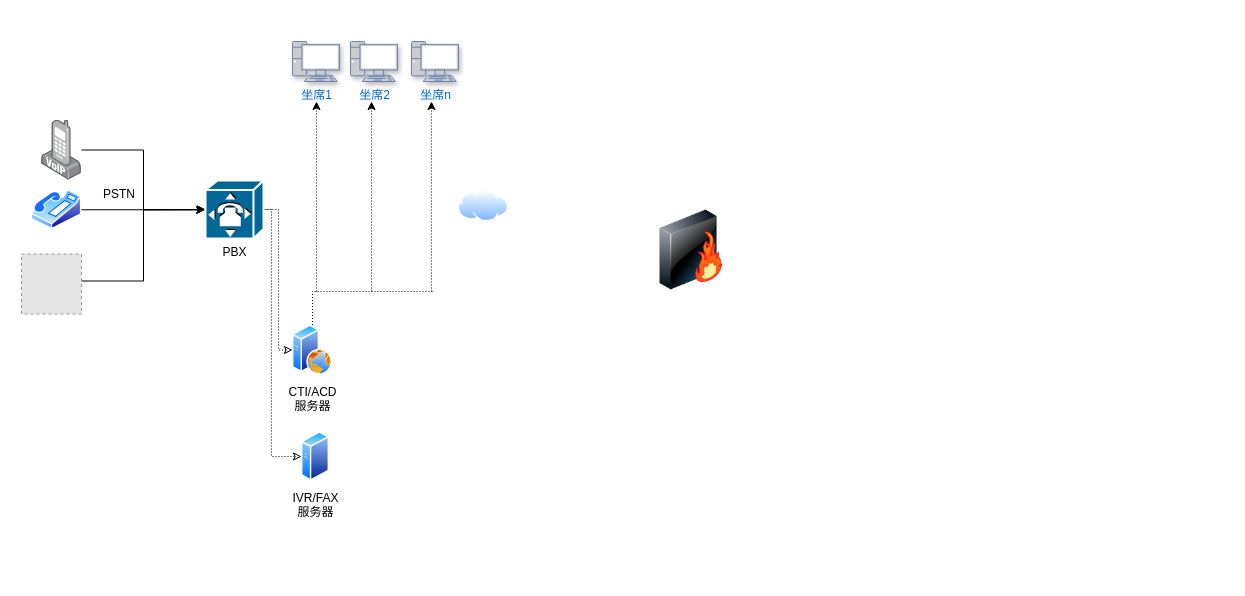
gumuqi/draw.io keeps this draw.io diagram as 语音质检流程.drawio. Above is the earlier version. Source tidied: cells renumbered, new cells numbered last; positions are measured from the earlier drawing's top-left corner, leaving out a move shared by most shapes. Both pictures are drawn from the tidied source at 100%, with x=0, y=0 at pixel (21, 41). Pictures stored in the file or linked from it are replaced by grey dashed boxes.
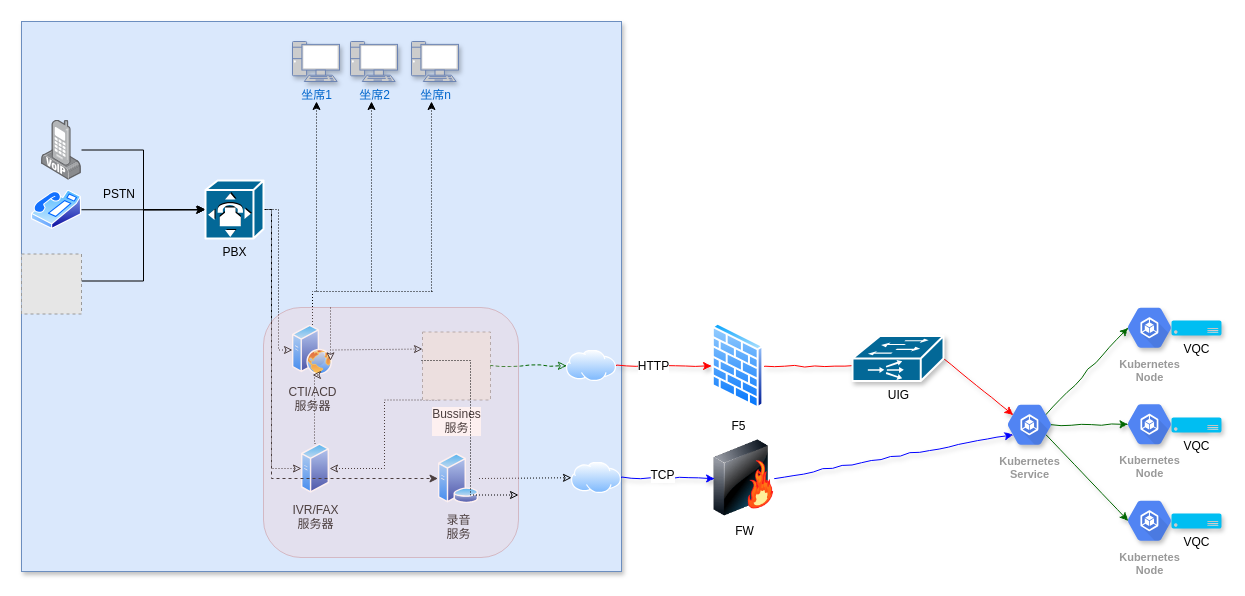
After the change.

Commit message:
更新语音质检流程.drawio

The change refers to these unchanged cells:
```xml
<mxCell id="11" value="PBX" style="shape=mxgraph.cisco.misc.pbx;html=1;dashed=0;fillColor=#036897;strokeColor=#ffffff;strokeWidth=2;verticalLabelPosition=bottom;verticalAlign=top;" parent="1" vertex="1">
  <mxGeometry x="184" y="139" width="58" height="58" as="geometry" />
</mxCell>
```

What changed in the source:
```diff
@@
+    <mxCell id="24" style="rounded=0;whiteSpace=wrap;html=1;shadow=1;labelBackgroundColor=none;fillColor=#dae8fc;strokeColor=#6c8ebf;" parent="1" vertex="1">
+      <mxGeometry y="-20" width="600" height="550" as="geometry" />
+    </mxCell>
+    <mxCell id="9" style="edgeStyle=elbowEdgeStyle;rounded=0;jettySize=auto;html=1;exitX=1;exitY=0.5;exitDx=0;exitDy=0;exitPerimeter=0;shadow=0;dashed=1;dashPattern=1 2;endArrow=classic;endFill=0;" parent="1" edge="1" source="11" target="13">
+      <mxGeometry relative="1" as="geometry" />
+    </mxCell>
+    <mxCell id="10" style="edgeStyle=elbowEdgeStyle;rounded=0;jettySize=auto;html=1;shadow=0;dashed=1;dashPattern=1 2;endArrow=classic;endFill=0;entryX=0;entryY=0.5;entryDx=0;entryDy=0;" parent="1" edge="1" target="14">
+      <mxGeometry relative="1" as="geometry">
+        <mxPoint x="240" y="168" as="sourcePoint" />
+        <Array as="points">
+          <mxPoint x="250" y="290" />
+          <mxPoint x="240" y="300" />
+          <mxPoint x="353" y="240" />
+        </Array>
+      </mxGeometry>
+    </mxCell>
+    <mxCell id="25" style="rounded=0;jettySize=auto;html=1;shadow=0;dashed=1;dashPattern=1 2;endArrow=classic;endFill=0;entryX=0;entryY=0.25;entryDx=0;entryDy=0;exitX=1;exitY=0.5;exitDx=0;exitDy=0;" parent="1" edge="1" source="13" target="28">
+      <mxGeometry relative="1" as="geometry" />
+    </mxCell>
+    <mxCell id="13" value="CTI/ACD&lt;br&gt;服务器" style="perimeter=ellipsePerimeter;html=1;align=center;shadow=0;dashed=0;spacingTop=3;image;image=img/lib/active_directory/web_server.svg;labelBackgroundColor=none;" parent="1" vertex="1">
+      <mxGeometry x="271" y="283.5" width="40" height="50" as="geometry" />
+    </mxCell>
+    <mxCell id="14" value="IVR/FAX&lt;br&gt;服务器" style="perimeter=ellipsePerimeter;html=1;align=center;shadow=0;dashed=0;spacingTop=3;image;image=img/lib/active_directory/generic_server.svg;labelBackgroundColor=none;" parent="1" vertex="1">
+      <mxGeometry x="280" y="402" width="28" height="50" as="geometry" />
+    </mxCell>
+    <mxCell id="26" style="edgeStyle=elbowEdgeStyle;rounded=0;jettySize=auto;html=1;exitX=0.25;exitY=1;exitDx=0;exitDy=0;entryX=1;entryY=0.5;entryDx=0;entryDy=0;shadow=0;dashed=1;dashPattern=1 2;endArrow=classic;endFill=0;" parent="1" edge="1" source="28" target="14">
+      <mxGeometry relative="1" as="geometry" />
+    </mxCell>
+    <mxCell id="27" style="edgeStyle=elbowEdgeStyle;rounded=0;jettySize=auto;html=1;entryX=1;entryY=0.75;entryDx=0;entryDy=0;shadow=0;dashed=1;dashPattern=1 2;endArrow=classic;endFill=0;" parent="1" edge="1" source="54" target="13">
+      <mxGeometry relative="1" as="geometry" />
+    </mxCell>
+    <mxCell id="28" value="Bussines&lt;br&gt;服务" style="fillColor=#E6E6E6;strokeColor=#999999;dashed=1;html=1;verticalAlign=top;verticalLabelPosition=bottom;labelBackgroundColor=#ffffff;" parent="1" vertex="1">
+      <mxGeometry x="401" y="290.5" width="68" height="68" as="geometry" />
+    </mxCell>
+    <mxCell id="29" value="录音&lt;br&gt;服务" style="perimeter=ellipsePerimeter;html=1;align=center;shadow=0;dashed=0;spacingTop=3;image;image=img/lib/active_directory/database_server.svg;labelBackgroundColor=none;" parent="1" vertex="1">
+      <mxGeometry x="416.5" y="412" width="41" height="50" as="geometry" />
+    </mxCell>
+    <mxCell id="30" style="edgeStyle=none;rounded=1;jettySize=auto;html=1;entryX=0.25;entryY=0.67;entryDx=0;entryDy=0;entryPerimeter=0;shadow=1;endArrow=classic;endFill=1;comic=1;fixDash=1;snapToPoint=1;strokeColor=#0000FF;" parent="1" edge="1" source="2" target="46">
+      <mxGeometry relative="1" as="geometry" />
+    </mxCell>
-    <mxCell id="2" style="image;html=1;labelBackgroundColor=#ffffff;image=img/lib/clip_art/networking/Firewall-page1_128x128.png;" parent="1" vertex="1">
-      <mxGeometry x="630" y="168.5" width="80" height="80" as="geometry" />
+    <mxCell id="2" value="FW" style="image;html=1;labelBackgroundColor=#ffffff;image=img/lib/clip_art/networking/Firewall-page1_128x128.png;" parent="1" vertex="1">
+      <mxGeometry x="692.5" y="397.5" width="60" height="78" as="geometry" />
     </mxCell>
@@
-    <mxCell id="9" style="edgeStyle=elbowEdgeStyle;rounded=0;jettySize=auto;html=1;exitX=1;exitY=0.5;exitDx=0;exitDy=0;exitPerimeter=0;shadow=0;dashed=1;dashPattern=1 2;endArrow=classic;endFill=0;" parent="1" edge="1" source="11" target="13">
-      <mxGeometry relative="1" as="geometry" />
-    </mxCell>
-    <mxCell id="10" style="edgeStyle=elbowEdgeStyle;rounded=0;jettySize=auto;html=1;shadow=0;dashed=1;dashPattern=1 2;endArrow=classic;endFill=0;entryX=0;entryY=0.5;entryDx=0;entryDy=0;" parent="1" edge="1" target="14">
-      <mxGeometry relative="1" as="geometry">
-        <mxPoint x="240" y="168" as="sourcePoint" />
-        <Array as="points">
-          <mxPoint x="250" y="290" />
-          <mxPoint x="240" y="300" />
-          <mxPoint x="353" y="240" />
-        </Array>
-      </mxGeometry>
-    </mxCell>
+    <mxCell id="31" style="edgeStyle=elbowEdgeStyle;comic=0;jettySize=auto;html=1;entryX=0;entryY=0.5;entryDx=0;entryDy=0;shadow=0;labelBackgroundColor=#ffffff;endFill=1;strokeColor=#000000;rounded=0;exitX=1;exitY=0.5;exitDx=0;exitDy=0;exitPerimeter=0;dashed=1;" parent="1" edge="1" source="11" target="29">
+      <mxGeometry relative="1" as="geometry">
+        <Array as="points">
+          <mxPoint x="250" y="330" />
+          <mxPoint x="250" y="500" />
+        </Array>
+      </mxGeometry>
+    </mxCell>
@@
-    <mxCell id="13" value="CTI/ACD&lt;br&gt;服务器" style="perimeter=ellipsePerimeter;html=1;align=center;shadow=0;dashed=0;spacingTop=3;image;image=img/lib/active_directory/web_server.svg;labelBackgroundColor=none;" parent="1" vertex="1">
-      <mxGeometry x="271" y="283.5" width="40" height="50" as="geometry" />
-    </mxCell>
-    <mxCell id="14" value="IVR/FAX&lt;br&gt;服务器" style="perimeter=ellipsePerimeter;html=1;align=center;shadow=0;dashed=0;spacingTop=3;image;image=img/lib/active_directory/generic_server.svg;labelBackgroundColor=none;" parent="1" vertex="1">
-      <mxGeometry x="280" y="390" width="28" height="50" as="geometry" />
-    </mxCell>
+    <mxCell id="32" style="edgeStyle=elbowEdgeStyle;rounded=0;jettySize=auto;html=1;exitX=0.5;exitY=0;exitDx=0;exitDy=0;entryX=0.5;entryY=1;entryDx=0;entryDy=0;shadow=0;dashed=1;dashPattern=1 2;endArrow=classic;endFill=0;" parent="1" edge="1" source="14" target="13">
+      <mxGeometry relative="1" as="geometry" />
+    </mxCell>
+    <mxCell id="33" style="rounded=1;jettySize=auto;html=1;shadow=1;endArrow=classic;endFill=1;entryX=0;entryY=0.5;entryDx=0;entryDy=0;comic=1;fixDash=1;snapToPoint=1;strokeColor=#FF0000;" parent="1" edge="1" source="15" target="37">
+      <mxGeometry relative="1" as="geometry" />
+    </mxCell>
+    <mxCell id="34" value="HTTP" style="text;html=1;align=center;verticalAlign=middle;labelBackgroundColor=#ffffff;" parent="33" vertex="1">
+      <mxGeometry x="-0.22" relative="1" as="geometry" />
+    </mxCell>
     <mxCell id="15" style="perimeter=ellipsePerimeter;html=1;align=center;shadow=0;dashed=0;spacingTop=3;image;image=img/lib/active_directory/internet_cloud.svg;labelBackgroundColor=none;" parent="1" vertex="1">
-      <mxGeometry x="437" y="148.5" width="50" height="31.5" as="geometry" />
+      <mxGeometry x="545" y="308.5" width="50" height="31.5" as="geometry" />
     </mxCell>
-    <mxCell id="16" value="坐席1" style="fontColor=#0066CC;verticalAlign=top;verticalLabelPosition=bottom;labelPosition=center;align=center;html=1;fillColor=#CCCCCC;strokeColor=#6881B3;gradientColor=none;gradientDirection=north;strokeWidth=2;shape=mxgraph.networks.pc;shadow=1;labelBackgroundColor=none;" parent="1" vertex="1">
+    <mxCell id="16" value="坐席1" style="fontColor=#0066CC;verticalAlign=top;verticalLabelPosition=bottom;labelPosition=center;align=center;html=1;fillColor=#CCCCCC;strokeColor=#6881B3;gradientColor=none;gradientDirection=north;strokeWidth=2;shape=mxgraph.networks.pc;shadow=1;labelBackgroundColor=none;labelBorderColor=none;" parent="1" vertex="1">
       <mxGeometry x="271" width="47" height="40" as="geometry" />
     </mxCell>
-    <mxCell id="17" value="坐席2" style="fontColor=#0066CC;verticalAlign=top;verticalLabelPosition=bottom;labelPosition=center;align=center;html=1;fillColor=#CCCCCC;strokeColor=#6881B3;gradientColor=none;gradientDirection=north;strokeWidth=2;shape=mxgraph.networks.pc;shadow=1;labelBackgroundColor=none;" parent="1" vertex="1">
+    <mxCell id="17" value="坐席2" style="fontColor=#0066CC;verticalAlign=top;verticalLabelPosition=bottom;labelPosition=center;align=center;html=1;fillColor=#CCCCCC;strokeColor=#6881B3;gradientColor=none;gradientDirection=north;strokeWidth=2;shape=mxgraph.networks.pc;shadow=1;labelBackgroundColor=none;labelBorderColor=none;" parent="1" vertex="1">
       <mxGeometry x="329" width="47" height="40" as="geometry" />
     </mxCell>
-    <mxCell id="18" value="坐席n" style="fontColor=#0066CC;verticalAlign=top;verticalLabelPosition=bottom;labelPosition=center;align=center;html=1;fillColor=#CCCCCC;strokeColor=#6881B3;gradientColor=none;gradientDirection=north;strokeWidth=2;shape=mxgraph.networks.pc;shadow=1;labelBackgroundColor=none;" parent="1" vertex="1">
+    <mxCell id="18" value="坐席n" style="fontColor=#0066CC;verticalAlign=top;verticalLabelPosition=bottom;labelPosition=center;align=center;html=1;fillColor=#CCCCCC;strokeColor=#6881B3;gradientColor=none;gradientDirection=north;strokeWidth=2;shape=mxgraph.networks.pc;shadow=1;labelBackgroundColor=none;labelBorderColor=none;" parent="1" vertex="1">
       <mxGeometry x="390" width="47" height="40" as="geometry" />
     </mxCell>
@@
+    <mxCell id="35" style="rounded=0;jettySize=auto;html=1;shadow=0;dashed=1;dashPattern=1 2;endArrow=classic;endFill=0;entryX=0;entryY=0.5;entryDx=0;entryDy=0;" parent="1" edge="1" source="29" target="40">
+      <mxGeometry relative="1" as="geometry" />
+    </mxCell>
+    <mxCell id="36" style="edgeStyle=none;rounded=1;jettySize=auto;html=1;shadow=1;endArrow=classic;endFill=1;comic=1;fixDash=1;snapToPoint=1;strokeColor=#FF0000;" parent="1" edge="1" source="37">
+      <mxGeometry relative="1" as="geometry">
+        <mxPoint x="870" y="324.5" as="targetPoint" />
+      </mxGeometry>
+    </mxCell>
+    <mxCell id="37" value="F5" style="perimeter=ellipsePerimeter;html=1;align=center;shadow=0;dashed=0;spacingTop=3;image;image=img/lib/active_directory/firewall.svg;labelBackgroundColor=none;" parent="1" vertex="1">
+      <mxGeometry x="690" y="281.5" width="53" height="86" as="geometry" />
+    </mxCell>
+    <mxCell id="38" style="edgeStyle=none;rounded=1;jettySize=auto;html=1;shadow=1;endArrow=classic;endFill=1;comic=1;fixDash=1;snapToPoint=1;strokeColor=#0000FF;" parent="1" edge="1" source="40" target="2">
+      <mxGeometry relative="1" as="geometry" />
+    </mxCell>
+    <mxCell id="39" value="TCP" style="text;html=1;align=center;verticalAlign=middle;labelBackgroundColor=#ffffff;" parent="38" vertex="1">
+      <mxGeometry x="-0.14" y="3" relative="1" as="geometry" />
+    </mxCell>
+    <mxCell id="40" style="perimeter=ellipsePerimeter;html=1;align=center;shadow=0;dashed=0;spacingTop=3;image;image=img/lib/active_directory/internet_cloud.svg;labelBackgroundColor=none;" parent="1" vertex="1">
+      <mxGeometry x="550" y="420.5" width="50" height="31.5" as="geometry" />
+    </mxCell>
+    <mxCell id="41" style="edgeStyle=none;rounded=1;jettySize=auto;html=1;exitX=1;exitY=0.5;exitDx=0;exitDy=0;exitPerimeter=0;entryX=0.25;entryY=0.33;entryDx=0;entryDy=0;entryPerimeter=0;shadow=1;endArrow=classic;endFill=1;comic=1;fixDash=1;snapToPoint=1;strokeColor=#FF0000;" parent="1" edge="1" source="42" target="46">
+      <mxGeometry relative="1" as="geometry" />
+    </mxCell>
+    <mxCell id="42" value="UIG" style="shape=mxgraph.cisco.misc.ios_slb;html=1;dashed=0;fillColor=#036897;strokeColor=#ffffff;strokeWidth=2;verticalLabelPosition=bottom;verticalAlign=top;shadow=1;labelBackgroundColor=none;" parent="1" vertex="1">
+      <mxGeometry x="831" y="294.5" width="91" height="45" as="geometry" />
+    </mxCell>
+    <mxCell id="43" style="edgeStyle=none;rounded=1;jettySize=auto;html=1;exitX=0.75;exitY=0.33;exitDx=0;exitDy=0;exitPerimeter=0;entryX=0.175;entryY=0.5;entryDx=0;entryDy=0;entryPerimeter=0;shadow=1;endArrow=classic;endFill=1;comic=1;fixDash=1;snapToPoint=1;strokeColor=#006600;" parent="1" edge="1" source="46" target="47">
+      <mxGeometry relative="1" as="geometry" />
+    </mxCell>
+    <mxCell id="44" style="edgeStyle=none;rounded=1;jettySize=auto;html=1;exitX=0.825;exitY=0.5;exitDx=0;exitDy=0;exitPerimeter=0;entryX=0.175;entryY=0.5;entryDx=0;entryDy=0;entryPerimeter=0;shadow=1;endArrow=classic;endFill=1;comic=1;fixDash=1;snapToPoint=1;strokeColor=#006600;" parent="1" edge="1" source="46" target="48">
+      <mxGeometry relative="1" as="geometry" />
+    </mxCell>
+    <mxCell id="45" style="edgeStyle=none;rounded=1;jettySize=auto;html=1;exitX=0.75;exitY=0.67;exitDx=0;exitDy=0;exitPerimeter=0;entryX=0.175;entryY=0.5;entryDx=0;entryDy=0;entryPerimeter=0;shadow=1;endArrow=classic;endFill=1;comic=1;fixDash=1;snapToPoint=1;strokeColor=#006600;" parent="1" edge="1" source="46" target="49">
+      <mxGeometry relative="1" as="geometry" />
+    </mxCell>
+    <mxCell id="46" value="Kubernetes&lt;br&gt;Service" style="html=1;fillColor=#5184F3;strokeColor=none;verticalAlign=top;labelPosition=center;verticalLabelPosition=bottom;align=center;spacingTop=-6;fontSize=11;fontStyle=1;fontColor=#999999;shape=mxgraph.gcp2.hexIcon;prIcon=container_engine;shadow=1;labelBackgroundColor=none;" parent="1" vertex="1">
+      <mxGeometry x="975" y="354" width="66" height="58.5" as="geometry" />
+    </mxCell>
+    <mxCell id="47" value="Kubernetes&lt;br&gt;Node" style="html=1;fillColor=#5184F3;strokeColor=none;verticalAlign=top;labelPosition=center;verticalLabelPosition=bottom;align=center;spacingTop=-6;fontSize=11;fontStyle=1;fontColor=#999999;shape=mxgraph.gcp2.hexIcon;prIcon=container_engine;shadow=1;labelBackgroundColor=none;" parent="1" vertex="1">
+      <mxGeometry x="1095" y="257" width="66" height="58.5" as="geometry" />
+    </mxCell>
+    <mxCell id="48" value="Kubernetes&lt;br&gt;Node" style="html=1;fillColor=#5184F3;strokeColor=none;verticalAlign=top;labelPosition=center;verticalLabelPosition=bottom;align=center;spacingTop=-6;fontSize=11;fontStyle=1;fontColor=#999999;shape=mxgraph.gcp2.hexIcon;prIcon=container_engine;shadow=1;labelBackgroundColor=none;" parent="1" vertex="1">
+      <mxGeometry x="1095" y="353.5" width="66" height="58.5" as="geometry" />
+    </mxCell>
+    <mxCell id="49" value="Kubernetes&lt;br&gt;Node" style="html=1;fillColor=#5184F3;strokeColor=none;verticalAlign=top;labelPosition=center;verticalLabelPosition=bottom;align=center;spacingTop=-6;fontSize=11;fontStyle=1;fontColor=#999999;shape=mxgraph.gcp2.hexIcon;prIcon=container_engine;shadow=1;labelBackgroundColor=none;" parent="1" vertex="1">
+      <mxGeometry x="1095" y="450" width="66" height="58.5" as="geometry" />
+    </mxCell>
+    <mxCell id="50" value="VQC" style="verticalLabelPosition=bottom;html=1;verticalAlign=top;align=center;strokeColor=none;fillColor=#00BEF2;shape=mxgraph.azure.server;shadow=1;labelBackgroundColor=none;" parent="1" vertex="1">
+      <mxGeometry x="1150" y="279" width="50" height="15" as="geometry" />
+    </mxCell>
+    <mxCell id="51" value="VQC" style="verticalLabelPosition=bottom;html=1;verticalAlign=top;align=center;strokeColor=none;fillColor=#00BEF2;shape=mxgraph.azure.server;shadow=1;labelBackgroundColor=none;" parent="1" vertex="1">
+      <mxGeometry x="1150" y="376" width="50" height="15" as="geometry" />
+    </mxCell>
+    <mxCell id="52" value="VQC" style="verticalLabelPosition=bottom;html=1;verticalAlign=top;align=center;strokeColor=none;fillColor=#00BEF2;shape=mxgraph.azure.server;shadow=1;labelBackgroundColor=none;" parent="1" vertex="1">
+      <mxGeometry x="1150" y="472" width="50" height="15" as="geometry" />
+    </mxCell>
+    <mxCell id="53" style="edgeStyle=none;rounded=1;comic=1;jettySize=auto;html=1;entryX=0;entryY=0.5;entryDx=0;entryDy=0;shadow=0;endArrow=classic;endFill=0;strokeColor=#006600;dashed=1;labelBackgroundColor=#ffffff;" parent="1" edge="1" source="28" target="15">
+      <mxGeometry relative="1" as="geometry" />
+    </mxCell>
+    <mxCell id="54" style="rounded=1;whiteSpace=wrap;html=1;shadow=0;labelBackgroundColor=none;opacity=30;fillColor=#f8cecc;strokeColor=#b85450;" parent="1" vertex="1">
+      <mxGeometry x="242" y="266" width="255" height="250" as="geometry" />
+    </mxCell>
+    <mxCell id="55" style="edgeStyle=elbowEdgeStyle;rounded=0;jettySize=auto;html=1;entryX=1;entryY=0.75;entryDx=0;entryDy=0;shadow=0;dashed=1;dashPattern=1 2;endArrow=classic;endFill=0;" parent="1" edge="1" target="54">
+      <mxGeometry relative="1" as="geometry">
+        <mxPoint x="400" y="319" as="sourcePoint" />
+      </mxGeometry>
+    </mxCell>
```
